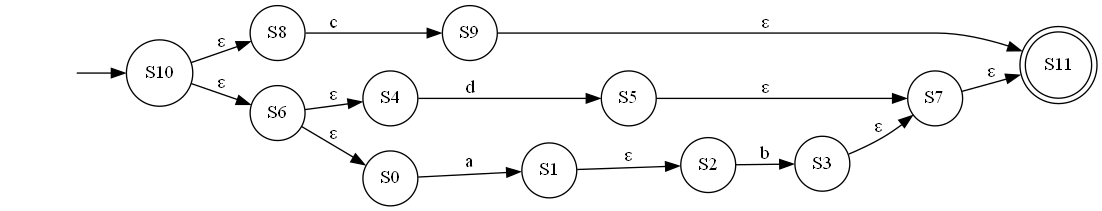
Above: NFA.gv.png in youssefhassan01/Compilers_Assignment (Graphviz), before the change. Its source is kept beside it as NFA.gv.
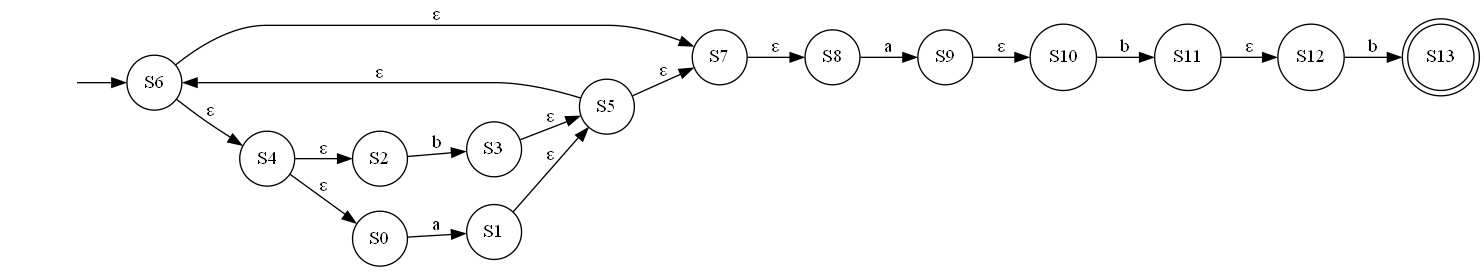
The same diagram one commit later.

Change to the diagram source:
```diff
@@ -1,30 +1,35 @@
 digraph NFA {
 	graph [rankdir=LR]
 	"" [label="" shape=plaintext]
-	S11 [label=S11 shape=doublecircle]
+	S13 [label=S13 shape=doublecircle]
+	S0 [label=S0 shape=circle]
+	S12 [label=S12 shape=circle]
+	S1 [label=S1 shape=circle]
+	S7 [label=S7 shape=circle]
+	S2 [label=S2 shape=circle]
+	S9 [label=S9 shape=circle]
+	S4 [label=S4 shape=circle]
+	S11 [label=S11 shape=circle]
+	S5 [label=S5 shape=circle]
 	S8 [label=S8 shape=circle]
-	S7 [label=S7 shape=circle]
-	S4 [label=S4 shape=circle]
 	S10 [label=S10 shape=circle]
-	S9 [label=S9 shape=circle]
-	S1 [label=S1 shape=circle]
-	S2 [label=S2 shape=circle]
+	S3 [label=S3 shape=circle]
 	S6 [label=S6 shape=circle]
-	S3 [label=S3 shape=circle]
-	S0 [label=S0 shape=circle]
-	S5 [label=S5 shape=circle]
-	"" -> S10 [label=""]
+	"" -> S6 [label=""]
 	S0 -> S1 [label=a]
-	S1 -> S2 [label="ε"]
+	S1 -> S5 [label="ε"]
 	S2 -> S3 [label=b]
-	S3 -> S7 [label="ε"]
-	S4 -> S5 [label=d]
+	S3 -> S5 [label="ε"]
+	S4 -> S0 [label="ε"]
+	S4 -> S2 [label="ε"]
 	S5 -> S7 [label="ε"]
-	S6 -> S0 [label="ε"]
+	S5 -> S6 [label="ε"]
+	S6 -> S7 [label="ε"]
 	S6 -> S4 [label="ε"]
-	S7 -> S11 [label="ε"]
-	S8 -> S9 [label=c]
-	S9 -> S11 [label="ε"]
-	S10 -> S8 [label="ε"]
-	S10 -> S6 [label="ε"]
+	S7 -> S8 [label="ε"]
+	S8 -> S9 [label=a]
+	S9 -> S10 [label="ε"]
+	S10 -> S11 [label=b]
+	S11 -> S12 [label="ε"]
+	S12 -> S13 [label=b]
 }
```
